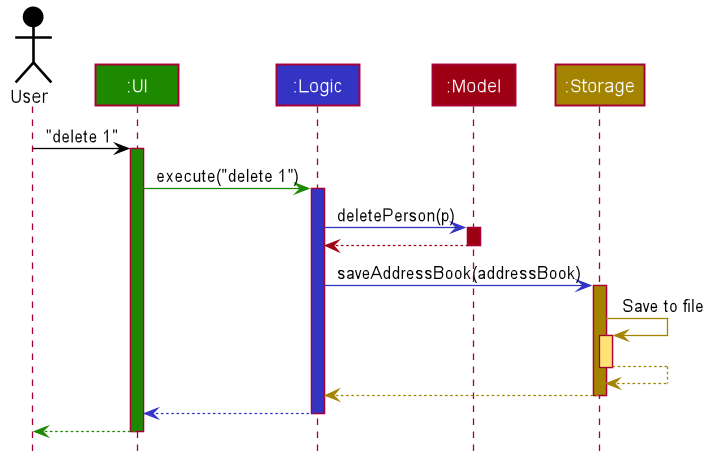
Before: docs/images/ArchitectureSequenceDiagram.png, a diagram exported from PlantUML (nus-cs2103-AY2223S1/tp).
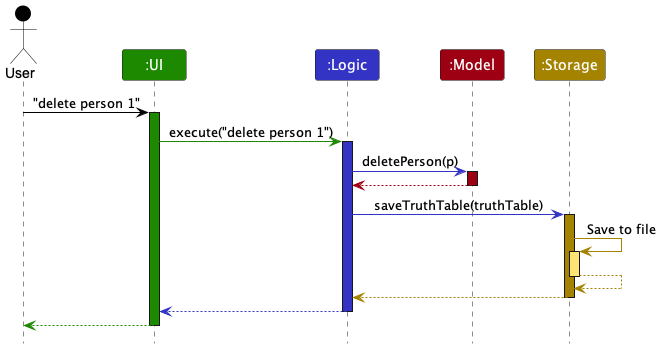
The same diagram one commit later.

The edit, as a diff of the source:
```diff
@@ -1,85 +1,38 @@
 @startuml
+!include style.puml
 
+Actor User as user USER_COLOR
+Participant ":UI" as ui UI_COLOR
+Participant ":Logic" as logic LOGIC_COLOR
+Participant ":Model" as model MODEL_COLOR
+Participant ":Storage" as storage STORAGE_COLOR
 
+user -[USER_COLOR]> ui : "delete person 1"
+activate ui UI_COLOR
 
+ui -[UI_COLOR]> logic : execute("delete person 1")
+activate logic LOGIC_COLOR
 
+logic -[LOGIC_COLOR]> model : deletePerson(p)
+activate model MODEL_COLOR
 
-
-
-
-skinparam BackgroundColor #FFFFFFF
-
-skinparam Shadowing false
-
-skinparam Class {
-    FontColor #FFFFFF
-    BorderThickness 1
-    BorderColor #FFFFFF
-    StereotypeFontColor #FFFFFF
-    FontName Arial
-}
-
-skinparam Actor {
-    BorderColor #000000
-    Color #000000
-    FontName Arial
-}
-
-skinparam Sequence {
-    MessageAlign center
-    BoxFontSize 15
-    BoxPadding 0
-    BoxFontColor #FFFFFF
-    FontName Arial
-}
-
-skinparam Participant {
-    FontColor #FFFFFFF
-    Padding 20
-}
-
-skinparam MinClassWidth 50
-skinparam ParticipantPadding 10
-skinparam Shadowing false
-skinparam DefaultTextAlignment center
-skinparam packageStyle Rectangle
-
-hide footbox
-hide members
-hide circle
-
-Actor User as user #000000
-Participant ":UI" as ui #1D8900
-Participant ":Logic" as logic #3333C4
-Participant ":Model" as model #9D0012
-Participant ":Storage" as storage #A38300
-
-user -[#000000]> ui : "delete 1"
-activate ui #1D8900
-
-ui -[#1D8900]> logic : execute("delete 1")
-activate logic #3333C4
-
-logic -[#3333C4]> model : deletePerson(p)
-activate model #9D0012
-
-model -[#9D0012]-> logic
+model -[MODEL_COLOR]-> logic
 deactivate model
 
-logic -[#3333C4]> storage : saveAddressBook(addressBook)
-activate storage #A38300
+logic -[LOGIC_COLOR]> storage : saveTruthTable(truthTable)
+activate storage STORAGE_COLOR
 
-storage -[#A38300]> storage : Save to file
-activate storage #FFE374
-storage --[#A38300]> storage
+storage -[STORAGE_COLOR]> storage : Save to file
+activate storage STORAGE_COLOR_T1
+storage --[STORAGE_COLOR]> storage
 deactivate storage
 
-storage --[#A38300]> logic
+storage --[STORAGE_COLOR]> logic
 deactivate storage
 
-logic --[#3333C4]> ui
+logic --[LOGIC_COLOR]> ui
 deactivate logic
 
-ui--[#1D8900]> user
+ui--[UI_COLOR]> user
 deactivate ui
 @enduml
```
